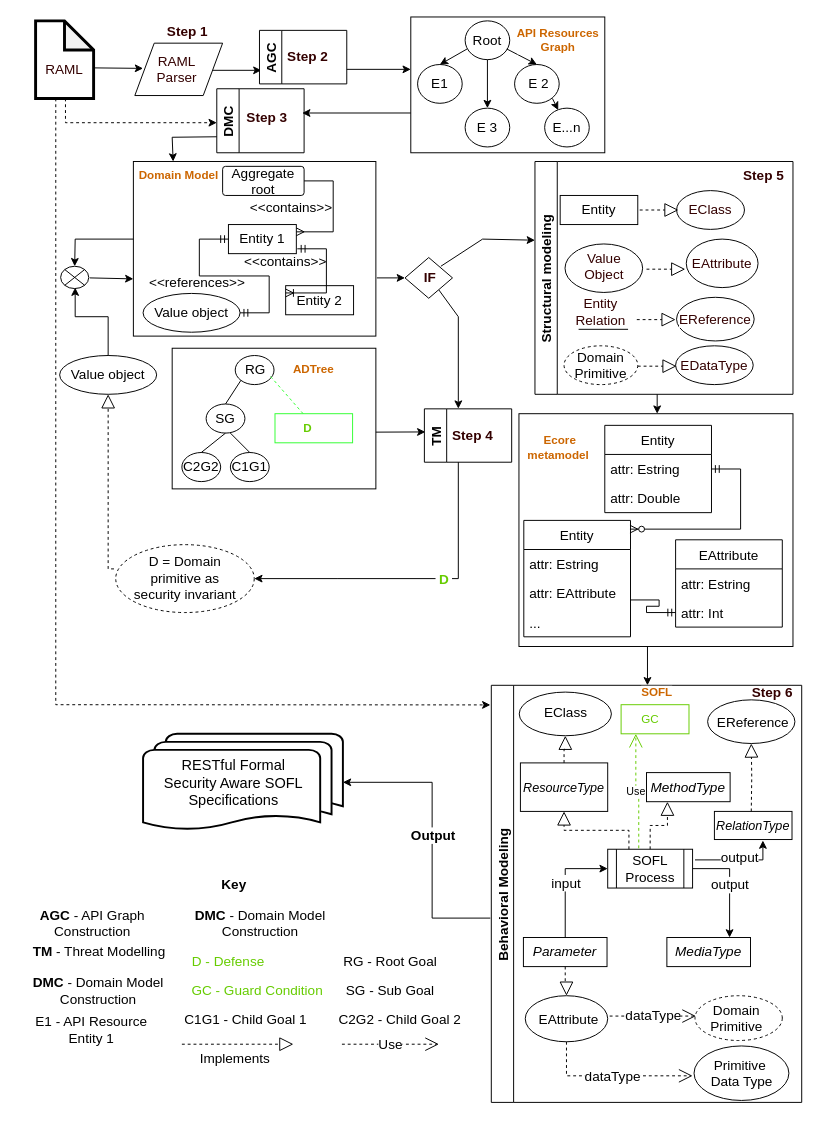
This is page "Page-3" (2 of 2) of DDD-and-Ecore/proposed-model.drawio from Egalaxykenya/IEICE-journal-paper-emeka, a draw.io file, before an edit. Source tidied: cells renumbered, new cells numbered last; positions are measured from the earlier drawing's top-left corner, leaving out a move shared by most shapes. Both pictures are drawn from the tidied source at 97%, with x=0, y=0 at pixel (16, 16).
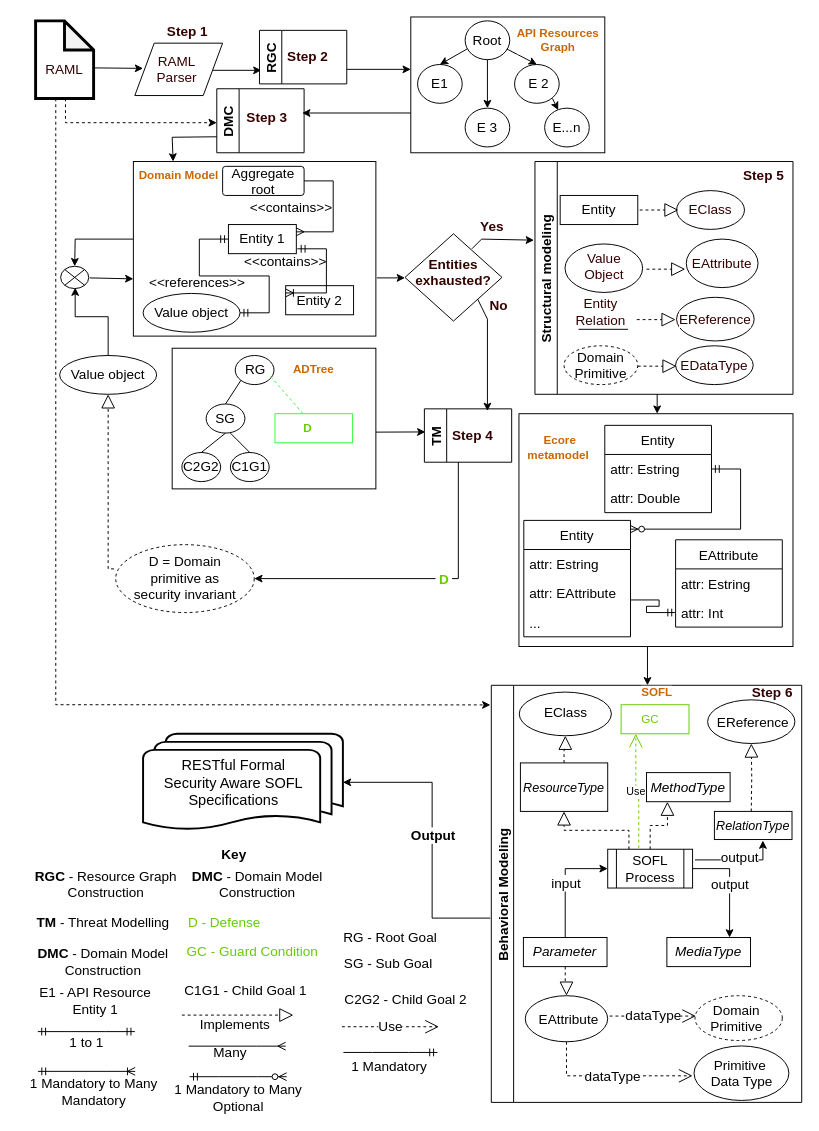
After the change.

The change refers to these unchanged cells:
```xml
<mxCell id="50" value="Structural modeling" style="swimlane;horizontal=0;rounded=0;labelBackgroundColor=default;fontColor=default;strokeColor=default;fillColor=default;fontSize=14;" parent="1" vertex="1">
  <mxGeometry x="534" y="149" width="266" height="240" as="geometry" />
</mxCell>
```

What changed in the source:
```diff
@@
     <mxCell id="64" value="&lt;font color=&quot;#000000&quot; style=&quot;font-size: 14px;&quot;&gt;&lt;b style=&quot;font-size: 14px;&quot;&gt;Key&lt;/b&gt;&lt;/font&gt;" style="text;html=1;strokeColor=none;fillColor=none;align=center;verticalAlign=middle;whiteSpace=wrap;rounded=0;fontColor=#66CC00;fontSize=14;" parent="1" vertex="1">
-      <mxGeometry x="193.5" y="879" width="60" height="30" as="geometry" />
+      <mxGeometry x="193.5" y="849" width="60" height="30" as="geometry" />
     </mxCell>
     <mxCell id="65" value="D - Defense&amp;nbsp;" style="text;html=1;strokeColor=none;fillColor=none;align=center;verticalAlign=middle;whiteSpace=wrap;rounded=0;fontColor=#66CC00;fontSize=14;" parent="1" vertex="1">
-      <mxGeometry x="170" y="959" width="100" height="30" as="geometry" />
+      <mxGeometry x="166" y="919" width="100" height="30" as="geometry" />
     </mxCell>
     <mxCell id="66" value="GC - Guard Condition" style="text;html=1;strokeColor=none;fillColor=none;align=center;verticalAlign=middle;whiteSpace=wrap;rounded=0;fontColor=#66CC00;fontSize=14;" parent="1" vertex="1">
-      <mxGeometry x="177.5" y="989" width="140" height="30" as="geometry" />
+      <mxGeometry x="173" y="949" width="140" height="30" as="geometry" />
     </mxCell>
     <mxCell id="67" value="RG - Root Goal" style="text;html=1;strokeColor=none;fillColor=none;align=center;verticalAlign=middle;whiteSpace=wrap;rounded=0;fontColor=#000000;fontSize=14;" parent="1" vertex="1">
-      <mxGeometry x="315" y="959" width="140" height="30" as="geometry" />
+      <mxGeometry x="315" y="934" width="140" height="30" as="geometry" />
     </mxCell>
     <mxCell id="68" value="SG - Sub Goal" style="text;html=1;strokeColor=none;fillColor=none;align=center;verticalAlign=middle;whiteSpace=wrap;rounded=0;fontColor=#000000;fontSize=14;" parent="1" vertex="1">
-      <mxGeometry x="315" y="989" width="140" height="30" as="geometry" />
+      <mxGeometry x="313" y="961" width="140" height="30" as="geometry" />
     </mxCell>
     <mxCell id="69" value="C1G1 - Child Goal 1" style="text;html=1;strokeColor=none;fillColor=none;align=center;verticalAlign=middle;whiteSpace=wrap;rounded=0;fontColor=#000000;fontSize=14;" parent="1" vertex="1">
-      <mxGeometry x="166" y="1019" width="140" height="30" as="geometry" />
+      <mxGeometry x="166" y="989" width="140" height="30" as="geometry" />
     </mxCell>
     <mxCell id="70" value="C2G2 - Child Goal 2" style="text;html=1;strokeColor=none;fillColor=none;align=center;verticalAlign=middle;whiteSpace=wrap;rounded=0;fontColor=#000000;fontSize=14;" parent="1" vertex="1">
-      <mxGeometry x="325" y="1019" width="140" height="30" as="geometry" />
+      <mxGeometry x="331" y="998" width="140" height="30" as="geometry" />
     </mxCell>
@@
     <mxCell id="73" style="endArrow=block;dashed=1;endFill=0;endSize=12;html=1;rounded=0;edgeStyle=orthogonalEdgeStyle;" parent="1" edge="1">
       <mxGeometry relative="1" as="geometry">
-        <mxPoint x="170" y="1059" as="sourcePoint" />
-        <mxPoint x="285" y="1059" as="targetPoint" />
+        <mxPoint x="170" y="1029" as="sourcePoint" />
+        <mxPoint x="285" y="1029" as="targetPoint" />
         <Array as="points">
-          <mxPoint x="260" y="1058.5" />
-          <mxPoint x="260" y="1058.5" />
+          <mxPoint x="260" y="1028.5" />
+          <mxPoint x="260" y="1028.5" />
         </Array>
       </mxGeometry>
     </mxCell>
     <mxCell id="74" value="Implements" style="text;html=1;strokeColor=none;fillColor=none;align=center;verticalAlign=middle;whiteSpace=wrap;rounded=0;fontSize=14;" parent="1" vertex="1">
-      <mxGeometry x="195" y="1059" width="60" height="30" as="geometry" />
+      <mxGeometry x="195" y="1024" width="60" height="30" as="geometry" />
     </mxCell>
     <mxCell id="75" value="&lt;font style=&quot;font-size: 14px&quot;&gt;Use&lt;/font&gt;" style="endArrow=open;endSize=12;dashed=1;html=1;rounded=0;edgeStyle=orthogonalEdgeStyle;" parent="1" edge="1">
       <mxGeometry relative="1" as="geometry">
-        <mxPoint x="335" y="1059" as="sourcePoint" />
-        <mxPoint x="435" y="1059" as="targetPoint" />
+        <mxPoint x="335" y="1041" as="sourcePoint" />
+        <mxPoint x="435" y="1041" as="targetPoint" />
       </mxGeometry>
     </mxCell>
@@
     <mxCell id="104" value="E1 - API Resource&lt;br&gt;Entity 1" style="text;html=1;strokeColor=none;fillColor=none;align=center;verticalAlign=middle;whiteSpace=wrap;rounded=0;fontColor=#000000;fontSize=14;" parent="1" vertex="1">
-      <mxGeometry x="2" y="1029" width="150" height="30" as="geometry" />
+      <mxGeometry x="6" y="999" width="150" height="30" as="geometry" />
     </mxCell>
@@
     <mxCell id="141" style="rhombus;whiteSpace=wrap;html=1;fontSize=14;" parent="1" vertex="1">
-      <mxGeometry x="400" y="248" width="49" height="42" as="geometry" />
+      <mxGeometry x="400" y="223.5" width="100" height="90" as="geometry" />
     </mxCell>
@@
-    <mxCell id="143" style="endArrow=classic;html=1;rounded=0;fontSize=14;entryX=0;entryY=0.338;entryDx=0;entryDy=0;entryPerimeter=0;" parent="1" edge="1" target="50">
+    <mxCell id="143" style="endArrow=classic;html=1;rounded=0;fontSize=14;entryX=0;entryY=0.338;entryDx=0;entryDy=0;entryPerimeter=0;" parent="1" edge="1">
       <mxGeometry relative="1" as="geometry">
-        <mxPoint x="437" y="257" as="sourcePoint" />
+        <mxPoint x="469" y="239" as="sourcePoint" />
+        <mxPoint x="533" y="230.1" as="targetPoint" />
         <Array as="points">
-          <mxPoint x="480" y="229" />
+          <mxPoint x="479" y="229" />
         </Array>
       </mxGeometry>
     </mxCell>
-    <mxCell id="144" style="endArrow=classic;html=1;rounded=0;fontSize=14;entryX=0.5;entryY=0;entryDx=0;entryDy=0;" parent="1" edge="1">
+    <mxCell id="144" style="endArrow=classic;html=1;rounded=0;fontSize=14;entryX=0.5;entryY=0;entryDx=0;entryDy=0;exitX=1;exitY=1;exitDx=0;exitDy=0;" parent="1" edge="1" source="141">
       <mxGeometry relative="1" as="geometry">
-        <mxPoint x="435" y="281.5" as="sourcePoint" />
-        <mxPoint x="455" y="403.8" as="targetPoint" />
+        <mxPoint x="485" y="406.2" as="targetPoint" />
         <Array as="points">
-          <mxPoint x="455" y="309" />
+          <mxPoint x="485" y="311.5" />
         </Array>
       </mxGeometry>
     </mxCell>
-    <mxCell id="145" value="IF" style="text;html=1;strokeColor=none;fillColor=none;align=center;verticalAlign=middle;whiteSpace=wrap;rounded=0;fontColor=#330000;fontSize=14;fontStyle=1;" parent="1" vertex="1">
-      <mxGeometry x="396" y="253.5" width="60" height="30" as="geometry" />
+    <mxCell id="145" value="Entities&lt;br&gt;exhausted?" style="text;html=1;strokeColor=none;fillColor=none;align=center;verticalAlign=middle;whiteSpace=wrap;rounded=0;fontColor=#330000;fontSize=14;fontStyle=1;" parent="1" vertex="1">
+      <mxGeometry x="420" y="247.5" width="60" height="30" as="geometry" />
     </mxCell>
@@
-    <mxCell id="154" value="AGC" style="swimlane;horizontal=0;fontSize=14;" parent="1" vertex="1">
+    <mxCell id="154" value="RGC" style="swimlane;horizontal=0;fontSize=14;" parent="1" vertex="1">
       <mxGeometry x="250" y="13.8" width="90" height="55.2" as="geometry" />
     </mxCell>
@@
     <mxCell id="169" value="&lt;b&gt;TM&lt;/b&gt; - Threat Modelling" style="text;html=1;strokeColor=none;fillColor=none;align=center;verticalAlign=middle;whiteSpace=wrap;rounded=0;fontColor=#000000;fontSize=14;" parent="1" vertex="1">
-      <mxGeometry x="10" y="949" width="150" height="30" as="geometry" />
+      <mxGeometry x="14" y="919" width="150" height="30" as="geometry" />
     </mxCell>
     <mxCell id="170" value="&lt;b&gt;DMC&lt;/b&gt; - Domain Model Construction" style="text;html=1;strokeColor=none;fillColor=none;align=center;verticalAlign=middle;whiteSpace=wrap;rounded=0;fontColor=#000000;fontSize=14;" parent="1" vertex="1">
-      <mxGeometry x="176" y="919" width="150" height="30" as="geometry" />
+      <mxGeometry x="172.5" y="879" width="150" height="30" as="geometry" />
     </mxCell>
     <mxCell id="171" value="&lt;b&gt;DMC&lt;/b&gt; - Domain Model Construction" style="text;html=1;strokeColor=none;fillColor=none;align=center;verticalAlign=middle;whiteSpace=wrap;rounded=0;fontColor=#000000;fontSize=14;" parent="1" vertex="1">
-      <mxGeometry x="9" y="989" width="150" height="30" as="geometry" />
+      <mxGeometry x="14" y="959" width="150" height="30" as="geometry" />
     </mxCell>
-    <mxCell id="172" value="&lt;b&gt;AGC&lt;/b&gt; - API Graph Construction" style="text;html=1;strokeColor=none;fillColor=none;align=center;verticalAlign=middle;whiteSpace=wrap;rounded=0;fontColor=#000000;fontSize=14;" parent="1" vertex="1">
-      <mxGeometry y="919" width="156" height="30" as="geometry" />
+    <mxCell id="172" value="&lt;b&gt;RGC&lt;/b&gt; - Resource Graph Construction" style="text;html=1;strokeColor=none;fillColor=none;align=center;verticalAlign=middle;whiteSpace=wrap;rounded=0;fontColor=#000000;fontSize=14;" parent="1" vertex="1">
+      <mxGeometry x="14" y="879" width="156" height="30" as="geometry" />
     </mxCell>
+    <mxCell id="173" value="Yes" style="text;html=1;strokeColor=none;fillColor=none;align=center;verticalAlign=middle;whiteSpace=wrap;rounded=0;fontColor=#330000;fontSize=14;fontStyle=1;" parent="1" vertex="1">
+      <mxGeometry x="460" y="201" width="60" height="30" as="geometry" />
+    </mxCell>
+    <mxCell id="174" value="No" style="text;html=1;strokeColor=none;fillColor=none;align=center;verticalAlign=middle;whiteSpace=wrap;rounded=0;fontColor=#330000;fontSize=14;fontStyle=1;" parent="1" vertex="1">
+      <mxGeometry x="467" y="283" width="60" height="30" as="geometry" />
+    </mxCell>
+    <mxCell id="175" style="edgeStyle=entityRelationEdgeStyle;fontSize=12;html=1;endArrow=ERmandOne;startArrow=ERmandOne;rounded=0;" parent="1" edge="1">
+      <mxGeometry relative="1" as="geometry">
+        <mxPoint x="21.5" y="1046" as="sourcePoint" />
+        <mxPoint x="121.5" y="1046" as="targetPoint" />
+      </mxGeometry>
+    </mxCell>
+    <mxCell id="176" value="1 to 1" style="text;html=1;strokeColor=none;fillColor=none;align=center;verticalAlign=middle;whiteSpace=wrap;rounded=0;fontSize=14;" parent="1" vertex="1">
+      <mxGeometry x="41.8" y="1042" width="60" height="30" as="geometry" />
+    </mxCell>
+    <mxCell id="177" style="edgeStyle=entityRelationEdgeStyle;fontSize=12;html=1;endArrow=ERoneToMany;startArrow=ERmandOne;rounded=0;" parent="1" edge="1">
+      <mxGeometry relative="1" as="geometry">
+        <mxPoint x="21.6" y="1087" as="sourcePoint" />
+        <mxPoint x="121.9" y="1087" as="targetPoint" />
+      </mxGeometry>
+    </mxCell>
+    <mxCell id="178" value="1 Mandatory to Many Mandatory" style="text;html=1;strokeColor=none;fillColor=none;align=center;verticalAlign=middle;whiteSpace=wrap;rounded=0;fontSize=14;" parent="1" vertex="1">
+      <mxGeometry x="3" y="1093" width="153.2" height="30" as="geometry" />
+    </mxCell>
+    <mxCell id="179" style="edgeStyle=entityRelationEdgeStyle;fontSize=12;html=1;endArrow=ERmany;rounded=0;" parent="1" edge="1">
+      <mxGeometry relative="1" as="geometry">
+        <mxPoint x="177" y="1061" as="sourcePoint" />
+        <mxPoint x="277" y="1061" as="targetPoint" />
+      </mxGeometry>
+    </mxCell>
+    <mxCell id="180" value="Many" style="text;html=1;strokeColor=none;fillColor=none;align=center;verticalAlign=middle;whiteSpace=wrap;rounded=0;fontSize=14;" parent="1" vertex="1">
+      <mxGeometry x="190" y="1053" width="60" height="30" as="geometry" />
+    </mxCell>
+    <mxCell id="181" style="edgeStyle=entityRelationEdgeStyle;fontSize=12;html=1;endArrow=ERzeroToMany;startArrow=ERmandOne;rounded=0;" parent="1" edge="1">
+      <mxGeometry relative="1" as="geometry">
+        <mxPoint x="178" y="1092.5" as="sourcePoint" />
+        <mxPoint x="278" y="1092.5" as="targetPoint" />
+      </mxGeometry>
+    </mxCell>
+    <mxCell id="182" value="1 Mandatory to Many Optional" style="text;html=1;strokeColor=none;fillColor=none;align=center;verticalAlign=middle;whiteSpace=wrap;rounded=0;fontSize=14;" parent="1" vertex="1">
+      <mxGeometry x="156.2" y="1099" width="145" height="30" as="geometry" />
+    </mxCell>
+    <mxCell id="183" style="edgeStyle=entityRelationEdgeStyle;fontSize=12;html=1;endArrow=ERmandOne;rounded=0;" parent="1" edge="1">
+      <mxGeometry relative="1" as="geometry">
+        <mxPoint x="336.5" y="1067.5" as="sourcePoint" />
+        <mxPoint x="433.5" y="1067.5" as="targetPoint" />
+      </mxGeometry>
+    </mxCell>
+    <mxCell id="184" value="1 Mandatory&amp;nbsp;" style="text;html=1;strokeColor=none;fillColor=none;align=center;verticalAlign=middle;whiteSpace=wrap;rounded=0;fontSize=14;" parent="1" vertex="1">
+      <mxGeometry x="331" y="1067" width="110.2" height="30" as="geometry" />
+    </mxCell>
```
